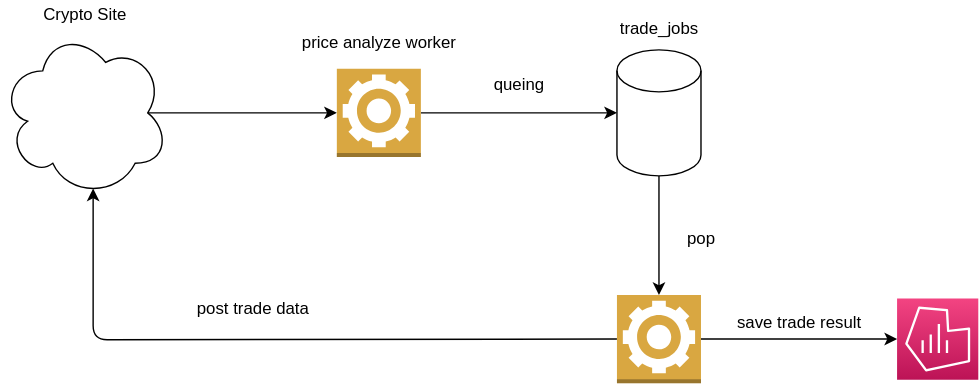
Earlier version of the draw.io export stracture.drawio.svg (nyuta-tech/infra). Source tidied: cells renumbered, new cells last; positions are measured from the earlier drawing's top-left corner, leaving out a move shared by most shapes.
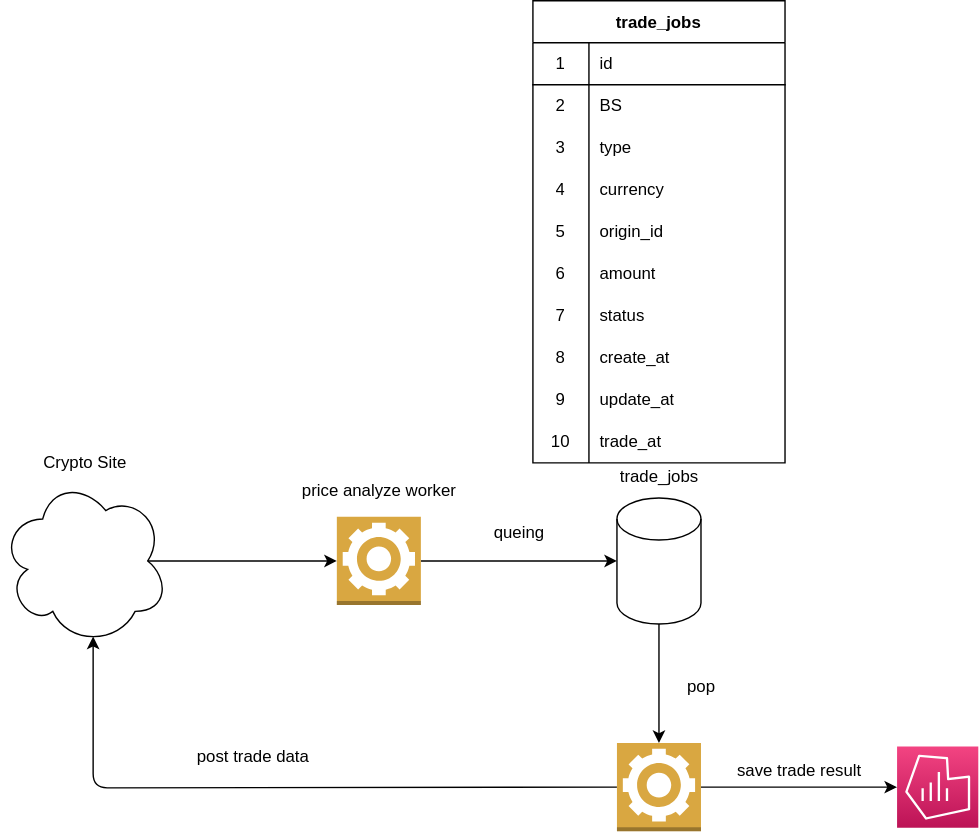
Later version of the same file.

The edit, as a diff of the source:
```diff
@@ -57,5 +57,98 @@
     <mxCell id="18" value="save trade result" style="text;html=1;align=center;verticalAlign=middle;strokeColor=none;fillColor=none;fontColor=#000000;" parent="1" vertex="1">
       <mxGeometry x="520" y="220" width="100" height="20" as="geometry" />
     </mxCell>
+    <mxCell id="19" value="trade_jobs" style="shape=table;startSize=30;rowLines=0;fontStyle=1;align=center;fontColor=#000000;strokeColor=#000000;fillColor=none;" parent="1" vertex="1">
+      <mxGeometry x="380" y="-320" width="180" height="330" as="geometry" />
+    </mxCell>
+    <mxCell id="20" style="shape=partialRectangle;html=1;whiteSpace=wrap;fillColor=none;top=0;left=0;bottom=1;right=0;fontColor=#000000;strokeColor=#000000;" parent="19" vertex="1">
+      <mxGeometry y="30" width="180" height="30" as="geometry" />
+    </mxCell>
+    <mxCell id="21" value="1" style="shape=partialRectangle;html=1;whiteSpace=wrap;fillColor=none;top=0;left=0;bottom=0;right=0;overflow=hidden;fontColor=#000000;strokeColor=#000000;" parent="20" vertex="1">
+      <mxGeometry width="40" height="30" as="geometry" />
+    </mxCell>
+    <mxCell id="22" value="id" style="shape=partialRectangle;html=1;whiteSpace=wrap;fillColor=none;top=0;left=0;bottom=0;right=0;align=left;spacingLeft=6;overflow=hidden;fontColor=#000000;strokeColor=#000000;" parent="20" vertex="1">
+      <mxGeometry x="40" width="140" height="30" as="geometry" />
+    </mxCell>
+    <mxCell id="23" style="shape=partialRectangle;html=1;whiteSpace=wrap;fillColor=none;top=0;left=0;bottom=0;right=0;fontColor=#000000;strokeColor=#000000;" parent="19" vertex="1">
+      <mxGeometry y="60" width="180" height="30" as="geometry" />
+    </mxCell>
+    <mxCell id="24" value="2" style="shape=partialRectangle;html=1;whiteSpace=wrap;fillColor=none;top=0;left=0;bottom=0;right=0;overflow=hidden;fontColor=#000000;strokeColor=#000000;" parent="23" vertex="1">
+      <mxGeometry width="40" height="30" as="geometry" />
+    </mxCell>
+    <mxCell id="25" value="BS" style="shape=partialRectangle;html=1;whiteSpace=wrap;fillColor=none;top=0;left=0;bottom=0;right=0;align=left;spacingLeft=6;overflow=hidden;fontColor=#000000;strokeColor=#000000;" parent="23" vertex="1">
+      <mxGeometry x="40" width="140" height="30" as="geometry" />
+    </mxCell>
+    <mxCell id="26" style="shape=partialRectangle;html=1;whiteSpace=wrap;fillColor=none;top=0;left=0;bottom=0;right=0;fontColor=#000000;strokeColor=#000000;" parent="19" vertex="1">
+      <mxGeometry y="90" width="180" height="30" as="geometry" />
+    </mxCell>
+    <mxCell id="27" value="3" style="shape=partialRectangle;html=1;whiteSpace=wrap;fillColor=none;top=0;left=0;bottom=0;right=0;overflow=hidden;fontColor=#000000;strokeColor=#000000;" parent="26" vertex="1">
+      <mxGeometry width="40" height="30" as="geometry" />
+    </mxCell>
+    <mxCell id="28" value="type" style="shape=partialRectangle;html=1;whiteSpace=wrap;fillColor=none;top=0;left=0;bottom=0;right=0;align=left;spacingLeft=6;overflow=hidden;fontColor=#000000;strokeColor=#000000;" parent="26" vertex="1">
+      <mxGeometry x="40" width="140" height="30" as="geometry" />
+    </mxCell>
+    <mxCell id="29" style="shape=partialRectangle;html=1;whiteSpace=wrap;fillColor=none;top=0;left=0;bottom=0;right=0;fontColor=#000000;strokeColor=#000000;" parent="19" vertex="1">
+      <mxGeometry y="120" width="180" height="30" as="geometry" />
+    </mxCell>
+    <mxCell id="30" value="4" style="shape=partialRectangle;html=1;whiteSpace=wrap;fillColor=none;top=0;left=0;bottom=0;right=0;overflow=hidden;fontColor=#000000;strokeColor=#000000;" parent="29" vertex="1">
+      <mxGeometry width="40" height="30" as="geometry" />
+    </mxCell>
+    <mxCell id="31" value="currency" style="shape=partialRectangle;html=1;whiteSpace=wrap;fillColor=none;top=0;left=0;bottom=0;right=0;align=left;spacingLeft=6;overflow=hidden;fontColor=#000000;strokeColor=#000000;" parent="29" vertex="1">
+      <mxGeometry x="40" width="140" height="30" as="geometry" />
+    </mxCell>
+    <mxCell id="32" style="shape=partialRectangle;html=1;whiteSpace=wrap;fillColor=none;top=0;left=0;bottom=0;right=0;fontColor=#000000;strokeColor=#000000;" parent="19" vertex="1">
+      <mxGeometry y="150" width="180" height="30" as="geometry" />
+    </mxCell>
+    <mxCell id="33" value="5" style="shape=partialRectangle;html=1;whiteSpace=wrap;fillColor=none;top=0;left=0;bottom=0;right=0;overflow=hidden;fontColor=#000000;strokeColor=#000000;" parent="32" vertex="1">
+      <mxGeometry width="40" height="30" as="geometry" />
+    </mxCell>
+    <mxCell id="34" value="origin_id" style="shape=partialRectangle;html=1;whiteSpace=wrap;fillColor=none;top=0;left=0;bottom=0;right=0;align=left;spacingLeft=6;overflow=hidden;fontColor=#000000;strokeColor=#000000;" parent="32" vertex="1">
+      <mxGeometry x="40" width="140" height="30" as="geometry" />
+    </mxCell>
+    <mxCell id="35" style="shape=partialRectangle;html=1;whiteSpace=wrap;fillColor=none;top=0;left=0;bottom=0;right=0;fontColor=#000000;strokeColor=#000000;" parent="19" vertex="1">
+      <mxGeometry y="180" width="180" height="30" as="geometry" />
+    </mxCell>
+    <mxCell id="36" value="6" style="shape=partialRectangle;html=1;whiteSpace=wrap;fillColor=none;top=0;left=0;bottom=0;right=0;overflow=hidden;fontColor=#000000;strokeColor=#000000;" parent="35" vertex="1">
+      <mxGeometry width="40" height="30" as="geometry" />
+    </mxCell>
+    <mxCell id="37" value="amount" style="shape=partialRectangle;html=1;whiteSpace=wrap;fillColor=none;top=0;left=0;bottom=0;right=0;align=left;spacingLeft=6;overflow=hidden;fontColor=#000000;strokeColor=#000000;" parent="35" vertex="1">
+      <mxGeometry x="40" width="140" height="30" as="geometry" />
+    </mxCell>
+    <mxCell id="38" style="shape=partialRectangle;html=1;whiteSpace=wrap;fillColor=none;top=0;left=0;bottom=0;right=0;fontColor=#000000;strokeColor=#000000;" parent="19" vertex="1">
+      <mxGeometry y="210" width="180" height="30" as="geometry" />
+    </mxCell>
+    <mxCell id="39" value="7" style="shape=partialRectangle;html=1;whiteSpace=wrap;fillColor=none;top=0;left=0;bottom=0;right=0;overflow=hidden;fontColor=#000000;strokeColor=#000000;" parent="38" vertex="1">
+      <mxGeometry width="40" height="30" as="geometry" />
+    </mxCell>
+    <mxCell id="40" value="status" style="shape=partialRectangle;html=1;whiteSpace=wrap;fillColor=none;top=0;left=0;bottom=0;right=0;align=left;spacingLeft=6;overflow=hidden;fontColor=#000000;strokeColor=#000000;" parent="38" vertex="1">
+      <mxGeometry x="40" width="140" height="30" as="geometry" />
+    </mxCell>
+    <mxCell id="41" style="shape=partialRectangle;html=1;whiteSpace=wrap;fillColor=none;top=0;left=0;bottom=0;right=0;fontColor=#000000;strokeColor=#000000;" parent="19" vertex="1">
+      <mxGeometry y="240" width="180" height="30" as="geometry" />
+    </mxCell>
+    <mxCell id="42" value="8" style="shape=partialRectangle;html=1;whiteSpace=wrap;fillColor=none;top=0;left=0;bottom=0;right=0;overflow=hidden;fontColor=#000000;strokeColor=#000000;" parent="41" vertex="1">
+      <mxGeometry width="40" height="30" as="geometry" />
+    </mxCell>
+    <mxCell id="43" value="create_at" style="shape=partialRectangle;html=1;whiteSpace=wrap;fillColor=none;top=0;left=0;bottom=0;right=0;align=left;spacingLeft=6;overflow=hidden;fontColor=#000000;strokeColor=#000000;" parent="41" vertex="1">
+      <mxGeometry x="40" width="140" height="30" as="geometry" />
+    </mxCell>
+    <mxCell id="44" style="shape=partialRectangle;html=1;whiteSpace=wrap;fillColor=none;top=0;left=0;bottom=0;right=0;fontColor=#000000;strokeColor=#000000;" parent="19" vertex="1">
+      <mxGeometry y="270" width="180" height="30" as="geometry" />
+    </mxCell>
+    <mxCell id="45" value="9" style="shape=partialRectangle;html=1;whiteSpace=wrap;fillColor=none;top=0;left=0;bottom=0;right=0;overflow=hidden;fontColor=#000000;strokeColor=#000000;" parent="44" vertex="1">
+      <mxGeometry width="40" height="30" as="geometry" />
+    </mxCell>
+    <mxCell id="46" value="update_at" style="shape=partialRectangle;html=1;whiteSpace=wrap;fillColor=none;top=0;left=0;bottom=0;right=0;align=left;spacingLeft=6;overflow=hidden;fontColor=#000000;strokeColor=#000000;" parent="44" vertex="1">
+      <mxGeometry x="40" width="140" height="30" as="geometry" />
+    </mxCell>
+    <mxCell id="47" style="shape=partialRectangle;html=1;whiteSpace=wrap;fillColor=none;top=0;left=0;bottom=0;right=0;fontColor=#000000;strokeColor=#000000;" parent="19" vertex="1">
+      <mxGeometry y="300" width="180" height="30" as="geometry" />
+    </mxCell>
+    <mxCell id="48" value="10" style="shape=partialRectangle;html=1;whiteSpace=wrap;fillColor=none;top=0;left=0;bottom=0;right=0;overflow=hidden;fontColor=#000000;strokeColor=#000000;" parent="47" vertex="1">
+      <mxGeometry width="40" height="30" as="geometry" />
+    </mxCell>
+    <mxCell id="49" value="trade_at" style="shape=partialRectangle;html=1;whiteSpace=wrap;fillColor=none;top=0;left=0;bottom=0;right=0;align=left;spacingLeft=6;overflow=hidden;fontColor=#000000;strokeColor=#000000;" parent="47" vertex="1">
+      <mxGeometry x="40" width="140" height="30" as="geometry" />
+    </mxCell>
   </root>
 </mxGraphModel>
```
